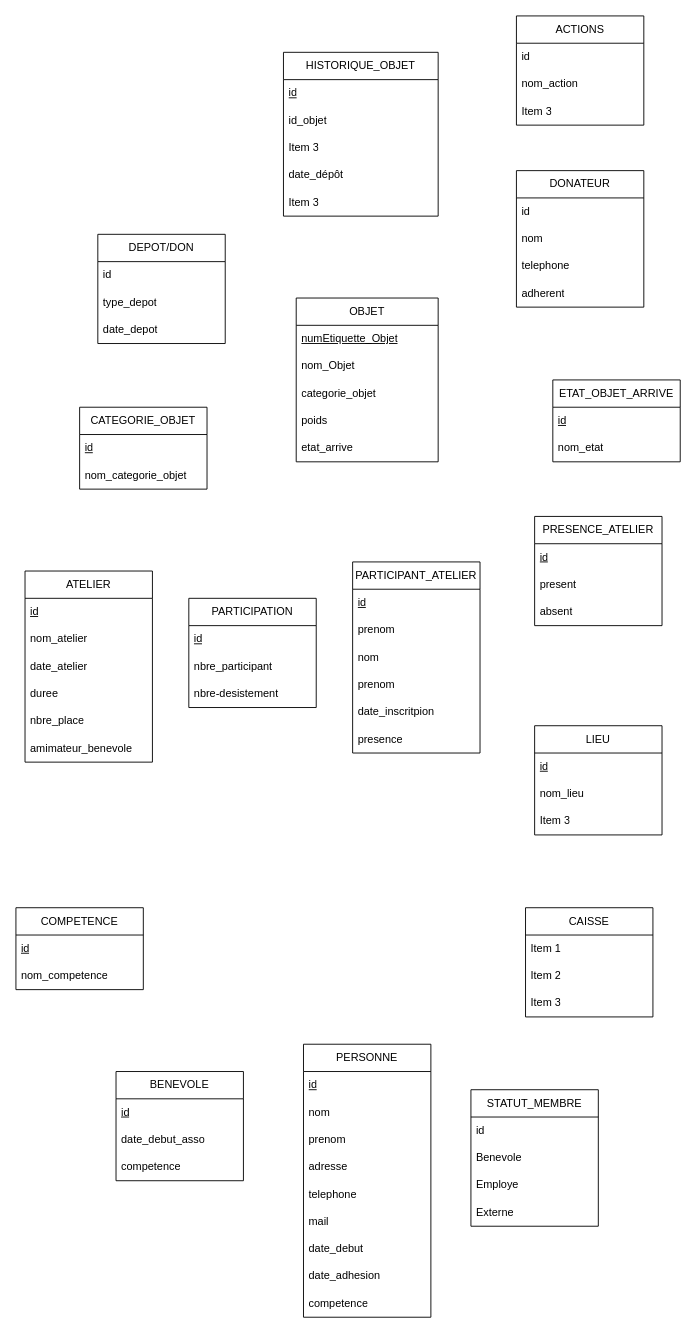
Before: schema_EA_adatabase.drawio in gdiaby2403/repo1, a draw.io diagram. Source tidied: cells renumbered, new cells numbered last; positions are measured from the earlier drawing's top-left corner, leaving out a move shared by most shapes. Both pictures are drawn from the tidied source at 91%, with x=0, y=0 at pixel (15, 15).
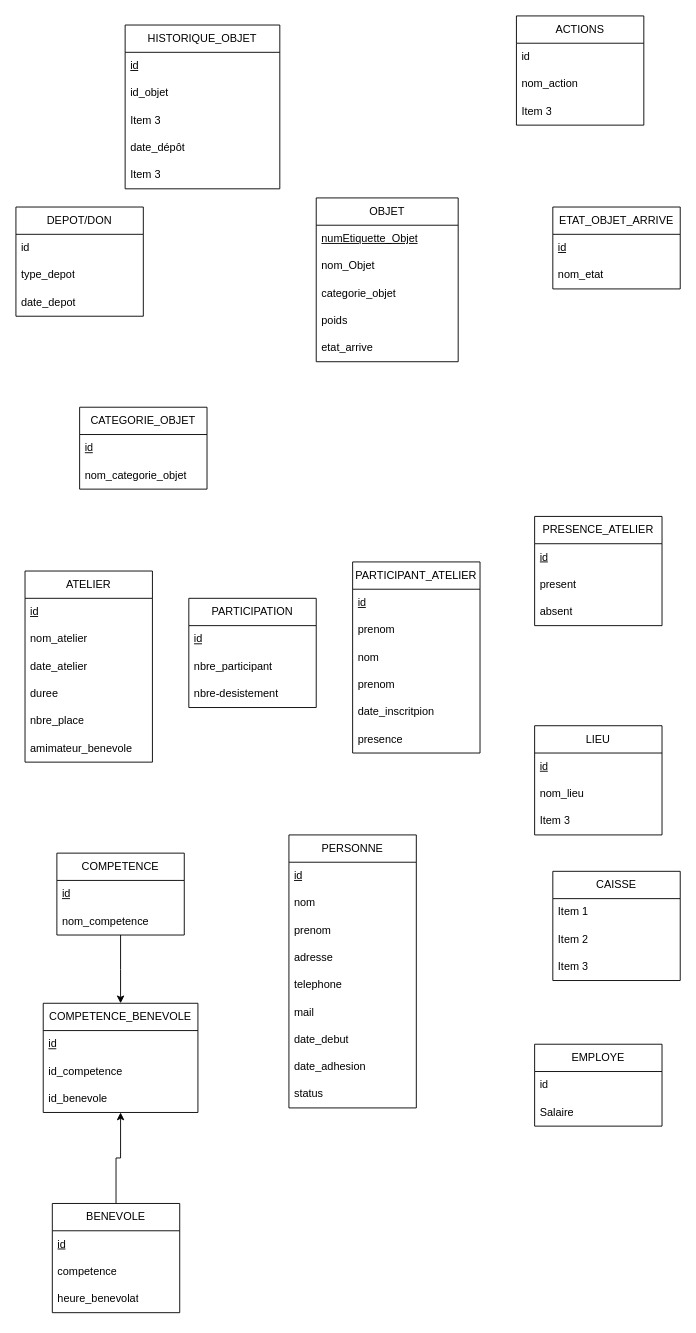
Above is the later version.

Commit message:
Mettre à jour schema_EA_adatabase.drawio

What changed in the source:
```diff
@@
     <mxCell id="6" value="OBJET" style="swimlane;fontStyle=0;horizontal=1;startSize=30;whiteSpace=wrap;html=1;" parent="1" vertex="1">
-      <mxGeometry x="308" y="310" width="156" height="180" as="geometry" />
+      <mxGeometry x="330" y="200" width="156" height="180" as="geometry" />
     </mxCell>
@@
+    <mxCell id="85" style="edgeStyle=elbowEdgeStyle;shape=wire;rounded=0;jettySize=auto;elbow=vertical;html=1;exitX=0.5;exitY=0;exitDx=0;exitDy=0;entryX=0.5;entryY=1;entryDx=0;entryDy=0;dashed=1;" parent="1" edge="1" source="19" target="88">
+      <mxGeometry relative="1" as="geometry" />
+    </mxCell>
     <mxCell id="19" value="BENEVOLE" style="swimlane;fontStyle=0;horizontal=1;startSize=30;whiteSpace=wrap;html=1;" parent="1" vertex="1">
-      <mxGeometry x="110" y="1160" width="140" height="120" as="geometry" />
+      <mxGeometry x="40" y="1305" width="140" height="120" as="geometry" />
     </mxCell>
@@
-    <mxCell id="21" value="date_debut_asso" style="text;strokeColor=none;fillColor=none;align=left;verticalAlign=middle;spacingLeft=4;spacingRight=4;overflow=hidden;whiteSpace=wrap;html=1;" parent="19" vertex="1">
-      <mxGeometry y="60" width="140" height="30" as="geometry" />
-    </mxCell>
+    <mxCell id="86" value="competence" style="text;strokeColor=none;fillColor=none;align=left;verticalAlign=middle;spacingLeft=4;spacingRight=4;overflow=hidden;whiteSpace=wrap;html=1;" parent="19" vertex="1">
+      <mxGeometry y="60" width="140" height="30" as="geometry" />
+    </mxCell>
-    <mxCell id="22" value="competence" style="text;strokeColor=none;fillColor=none;align=left;verticalAlign=middle;spacingLeft=4;spacingRight=4;overflow=hidden;whiteSpace=wrap;html=1;" parent="19" vertex="1">
+    <mxCell id="22" value="heure_benevolat" style="text;strokeColor=none;fillColor=none;align=left;verticalAlign=middle;spacingLeft=4;spacingRight=4;overflow=hidden;whiteSpace=wrap;html=1;" parent="19" vertex="1">
       <mxGeometry y="90" width="140" height="30" as="geometry" />
     </mxCell>
@@
     <mxCell id="26" value="HISTORIQUE_OBJET" style="swimlane;fontStyle=0;horizontal=1;startSize=30;whiteSpace=wrap;html=1;" parent="1" vertex="1">
-      <mxGeometry x="294" y="40" width="170" height="180" as="geometry" />
+      <mxGeometry x="120" y="10" width="170" height="180" as="geometry" />
     </mxCell>
@@
     <mxCell id="32" value="ETAT_OBJET_ARRIVE" style="swimlane;fontStyle=0;horizontal=1;startSize=30;whiteSpace=wrap;html=1;" parent="1" vertex="1">
-      <mxGeometry x="590" y="400" width="140" height="90" as="geometry" />
+      <mxGeometry x="590" y="210" width="140" height="90" as="geometry" />
     </mxCell>
@@
+    <mxCell id="87" style="edgeStyle=elbowEdgeStyle;shape=wire;rounded=0;jettySize=auto;elbow=vertical;html=1;exitX=0.5;exitY=1;exitDx=0;exitDy=0;entryX=0.5;entryY=0;entryDx=0;entryDy=0;dashed=1;" parent="1" edge="1" source="39" target="88">
+      <mxGeometry relative="1" as="geometry" />
+    </mxCell>
     <mxCell id="39" value="COMPETENCE" style="swimlane;fontStyle=0;horizontal=1;startSize=30;whiteSpace=wrap;html=1;" parent="1" vertex="1">
-      <mxGeometry y="980" width="140" height="90" as="geometry" />
+      <mxGeometry x="45" y="920" width="140" height="90" as="geometry" />
     </mxCell>
@@
-    <mxCell id="42" value="DONATEUR" style="swimlane;fontStyle=0;horizontal=1;startSize=30;whiteSpace=wrap;html=1;" parent="1" vertex="1">
-      <mxGeometry x="550" y="170" width="140" height="150" as="geometry" />
-    </mxCell>
-    <mxCell id="43" value="id" style="text;strokeColor=none;fillColor=none;align=left;verticalAlign=middle;spacingLeft=4;spacingRight=4;overflow=hidden;whiteSpace=wrap;html=1;" parent="42" vertex="1">
-      <mxGeometry y="30" width="140" height="30" as="geometry" />
-    </mxCell>
-    <mxCell id="44" value="nom" style="text;strokeColor=none;fillColor=none;align=left;verticalAlign=middle;spacingLeft=4;spacingRight=4;overflow=hidden;whiteSpace=wrap;html=1;" parent="42" vertex="1">
-      <mxGeometry y="60" width="140" height="30" as="geometry" />
-    </mxCell>
-    <mxCell id="45" value="telephone" style="text;strokeColor=none;fillColor=none;align=left;verticalAlign=middle;spacingLeft=4;spacingRight=4;overflow=hidden;whiteSpace=wrap;html=1;" parent="42" vertex="1">
-      <mxGeometry y="90" width="140" height="30" as="geometry" />
-    </mxCell>
-    <mxCell id="46" value="adherent" style="text;strokeColor=none;fillColor=none;align=left;verticalAlign=middle;spacingLeft=4;spacingRight=4;overflow=hidden;whiteSpace=wrap;html=1;" parent="42" vertex="1">
-      <mxGeometry y="120" width="140" height="30" as="geometry" />
-    </mxCell>
     <mxCell id="47" value="DEPOT/DON" style="swimlane;fontStyle=0;horizontal=1;startSize=30;whiteSpace=wrap;html=1;" parent="1" vertex="1">
-      <mxGeometry x="90" y="240" width="140" height="120" as="geometry" />
+      <mxGeometry y="210" width="140" height="120" as="geometry" />
     </mxCell>
@@
     <mxCell id="58" value="CAISSE" style="swimlane;fontStyle=0;horizontal=1;startSize=30;whiteSpace=wrap;html=1;" parent="1" vertex="1">
-      <mxGeometry x="560" y="980" width="140" height="120" as="geometry" />
+      <mxGeometry x="590" y="940" width="140" height="120" as="geometry" />
     </mxCell>
@@
     <mxCell id="70" value="PERSONNE" style="swimlane;fontStyle=0;horizontal=1;startSize=30;whiteSpace=wrap;html=1;" parent="1" vertex="1">
-      <mxGeometry x="316" y="1130" width="140" height="300" as="geometry" />
+      <mxGeometry x="300" y="900" width="140" height="300" as="geometry" />
     </mxCell>
@@
-    <mxCell id="79" value="competence" style="text;strokeColor=none;fillColor=none;align=left;verticalAlign=middle;spacingLeft=4;spacingRight=4;overflow=hidden;whiteSpace=wrap;html=1;" parent="70" vertex="1">
+    <mxCell id="79" value="status" style="text;strokeColor=none;fillColor=none;align=left;verticalAlign=middle;spacingLeft=4;spacingRight=4;overflow=hidden;whiteSpace=wrap;html=1;" parent="70" vertex="1">
       <mxGeometry y="270" width="140" height="30" as="geometry" />
     </mxCell>
-    <mxCell id="80" value="STATUT_MEMBRE" style="swimlane;fontStyle=0;horizontal=1;startSize=30;whiteSpace=wrap;html=1;" parent="1" vertex="1">
-      <mxGeometry x="500" y="1180" width="140" height="150" as="geometry" />
+    <mxCell id="80" value="EMPLOYE" style="swimlane;fontStyle=0;horizontal=1;startSize=30;whiteSpace=wrap;html=1;" parent="1" vertex="1">
+      <mxGeometry x="570" y="1130" width="140" height="90" as="geometry" />
     </mxCell>
@@
-    <mxCell id="82" value="Benevole" style="text;strokeColor=none;fillColor=none;align=left;verticalAlign=middle;spacingLeft=4;spacingRight=4;overflow=hidden;whiteSpace=wrap;html=1;" parent="80" vertex="1">
+    <mxCell id="82" value="Salaire" style="text;strokeColor=none;fillColor=none;align=left;verticalAlign=middle;spacingLeft=4;spacingRight=4;overflow=hidden;whiteSpace=wrap;html=1;" parent="80" vertex="1">
       <mxGeometry y="60" width="140" height="30" as="geometry" />
     </mxCell>
-    <mxCell id="83" value="Employe" style="text;strokeColor=none;fillColor=none;align=left;verticalAlign=middle;spacingLeft=4;spacingRight=4;overflow=hidden;whiteSpace=wrap;html=1;" parent="80" vertex="1">
-      <mxGeometry y="90" width="140" height="30" as="geometry" />
-    </mxCell>
-    <mxCell id="84" value="Externe" style="text;strokeColor=none;fillColor=none;align=left;verticalAlign=middle;spacingLeft=4;spacingRight=4;overflow=hidden;whiteSpace=wrap;html=1;" parent="80" vertex="1">
-      <mxGeometry y="120" width="140" height="30" as="geometry" />
-    </mxCell>
+    <mxCell id="88" value="COMPETENCE_BENEVOLE" style="swimlane;fontStyle=0;horizontal=1;startSize=30;whiteSpace=wrap;html=1;" parent="1" vertex="1">
+      <mxGeometry x="30" y="1085" width="170" height="120" as="geometry" />
+    </mxCell>
+    <mxCell id="43" value="&lt;u&gt;id&lt;/u&gt;" style="text;strokeColor=none;fillColor=none;align=left;verticalAlign=middle;spacingLeft=4;spacingRight=4;overflow=hidden;whiteSpace=wrap;html=1;" parent="88" vertex="1">
+      <mxGeometry y="30" width="170" height="30" as="geometry" />
+    </mxCell>
+    <mxCell id="89" value="id_competence" style="text;strokeColor=none;fillColor=none;align=left;verticalAlign=middle;spacingLeft=4;spacingRight=4;overflow=hidden;whiteSpace=wrap;html=1;" parent="88" vertex="1">
+      <mxGeometry y="60" width="170" height="30" as="geometry" />
+    </mxCell>
+    <mxCell id="90" value="id_benevole" style="text;strokeColor=none;fillColor=none;align=left;verticalAlign=middle;spacingLeft=4;spacingRight=4;overflow=hidden;whiteSpace=wrap;html=1;" parent="88" vertex="1">
+      <mxGeometry y="90" width="170" height="30" as="geometry" />
+    </mxCell>
```
